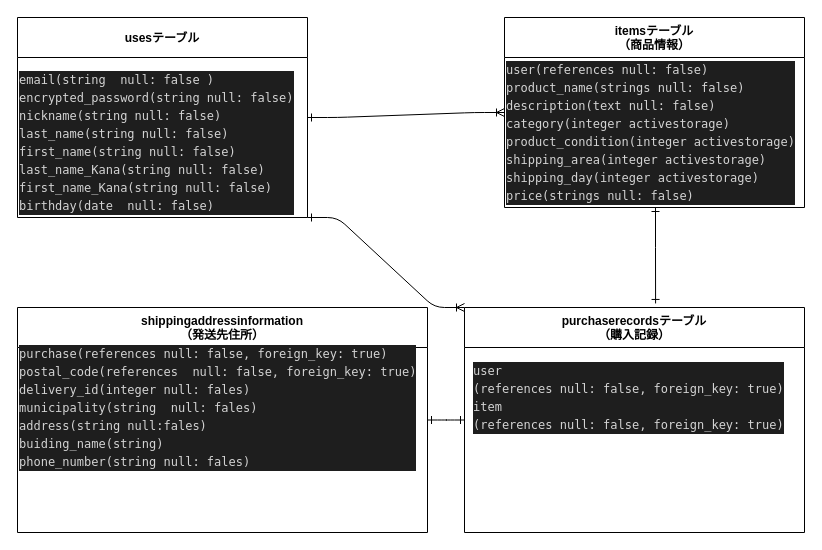
kasatoshi/furima-36066 keeps this draw.io diagram as furima.dio. Above is the earlier version. Source tidied: cells renumbered, new cells numbered last; positions are measured from the earlier drawing's top-left corner, leaving out a move shared by most shapes. Both pictures are drawn from the tidied source at 100%, with x=0, y=0 at pixel (17, 17).
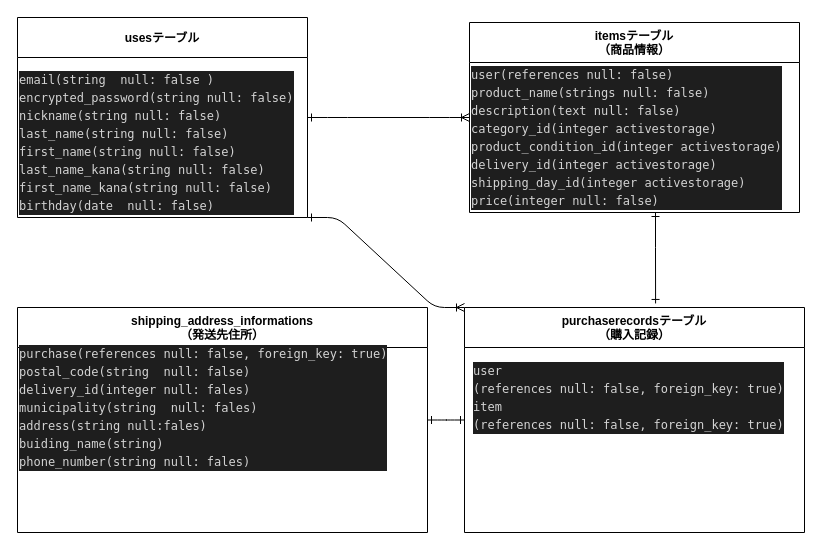
Above is the later version.

Commit message (it also covers changes not shown here):
データベース修正3

Diff of the diagram source:
```diff
@@
 <mxGraphModel>
   <root>
     <mxCell id="0" />
     <mxCell id="1" parent="0" />
     <mxCell id="2" value="usesテーブル" style="swimlane;rounded=0;sketch=0;startSize=40;" parent="1" vertex="1">
       <mxGeometry width="290" height="200" as="geometry" />
     </mxCell>
-    <mxCell id="3" value="&lt;div style=&quot;color: rgb(212 , 212 , 212) ; background-color: rgb(30 , 30 , 30) ; font-family: &amp;#34;menlo&amp;#34; , &amp;#34;monaco&amp;#34; , &amp;#34;courier new&amp;#34; , monospace ; line-height: 18px&quot;&gt;&lt;div&gt;email(string&amp;nbsp; null: false )&lt;/div&gt;&lt;div&gt;encrypted_password(string null: false)&lt;/div&gt;&lt;div&gt;nickname(string null: false)&lt;/div&gt;&lt;div&gt;last_name(string null: false)&lt;/div&gt;&lt;div&gt;first_name(string null: false)&lt;/div&gt;&lt;div&gt;last_name_Kana(string null: false)&lt;/div&gt;&lt;div&gt;first_name_Kana(string null: false)&lt;/div&gt;&lt;div&gt;birthday(date&amp;nbsp; null: false)&lt;/div&gt;&lt;/div&gt;" style="text;html=1;align=left;verticalAlign=middle;strokeColor=none;" parent="2" vertex="1">
+    <mxCell id="3" value="&lt;div style=&quot;color: rgb(212 , 212 , 212) ; background-color: rgb(30 , 30 , 30) ; font-family: &amp;#34;menlo&amp;#34; , &amp;#34;monaco&amp;#34; , &amp;#34;courier new&amp;#34; , monospace ; line-height: 18px&quot;&gt;&lt;div&gt;email(string&amp;nbsp; null: false )&lt;/div&gt;&lt;div&gt;encrypted_password(string null: false)&lt;/div&gt;&lt;div&gt;nickname(string null: false)&lt;/div&gt;&lt;div&gt;last_name(string null: false)&lt;/div&gt;&lt;div&gt;first_name(string null: false)&lt;/div&gt;&lt;div&gt;last_name_kana(string null: false)&lt;/div&gt;&lt;div&gt;first_name_kana(string null: false)&lt;/div&gt;&lt;div&gt;birthday(date&amp;nbsp; null: false)&lt;/div&gt;&lt;/div&gt;" style="text;html=1;align=left;verticalAlign=middle;strokeColor=none;" parent="2" vertex="1">
       <mxGeometry y="50" width="290" height="150" as="geometry" />
     </mxCell>
     <mxCell id="4" style="edgeStyle=orthogonalEdgeStyle;rounded=0;sketch=0;jettySize=auto;html=1;startArrow=ERone;startFill=0;endArrow=ERone;endFill=0;entryX=0.562;entryY=-0.018;entryDx=0;entryDy=0;entryPerimeter=0;" parent="1" edge="1" source="5" target="8">
       <mxGeometry relative="1" as="geometry">
         <Array as="points">
           <mxPoint x="638" y="230" />
           <mxPoint x="638" y="230" />
         </Array>
       </mxGeometry>
     </mxCell>
     <mxCell id="5" value="itemsテーブル&#10;（商品情報）" style="swimlane;rounded=0;sketch=0;startSize=40;" parent="1" vertex="1">
-      <mxGeometry x="487" width="300" height="190" as="geometry" />
+      <mxGeometry x="452" y="5" width="330" height="190" as="geometry" />
     </mxCell>
-    <mxCell id="6" value="&lt;div style=&quot;color: rgb(212 , 212 , 212) ; background-color: rgb(30 , 30 , 30) ; font-family: &amp;#34;menlo&amp;#34; , &amp;#34;monaco&amp;#34; , &amp;#34;courier new&amp;#34; , monospace ; line-height: 18px&quot;&gt;&lt;div&gt;user(references null: false)&lt;/div&gt;&lt;div&gt;product_name(strings null: false)&lt;/div&gt;&lt;div&gt;description(text null: false)&lt;/div&gt;&lt;div&gt;category(integer activestorage)&lt;/div&gt;&lt;div&gt;product_condition(integer activestorage)&lt;/div&gt;&lt;div&gt;shipping_area(integer activestorage)&lt;/div&gt;&lt;div&gt;shipping_day(integer activestorage)&lt;/div&gt;&lt;div&gt;price(strings null: false)&lt;/div&gt;&lt;/div&gt;" style="text;html=1;align=left;verticalAlign=middle;strokeColor=none;" parent="5" vertex="1">
-      <mxGeometry y="40" width="300" height="150" as="geometry" />
+    <mxCell id="6" value="&lt;div style=&quot;color: rgb(212 , 212 , 212) ; background-color: rgb(30 , 30 , 30) ; font-family: &amp;#34;menlo&amp;#34; , &amp;#34;monaco&amp;#34; , &amp;#34;courier new&amp;#34; , monospace ; line-height: 18px&quot;&gt;&lt;div&gt;user(references null: false)&lt;/div&gt;&lt;div&gt;product_name(strings null: false)&lt;/div&gt;&lt;div&gt;description(text null: false)&lt;/div&gt;&lt;div&gt;category_id(integer activestorage)&lt;/div&gt;&lt;div&gt;product_condition_id(integer activestorage)&lt;/div&gt;&lt;div&gt;delivery_id(integer activestorage)&lt;/div&gt;&lt;div&gt;shipping_day_id(integer activestorage)&lt;/div&gt;&lt;div&gt;price(integer null: false)&lt;/div&gt;&lt;/div&gt;" style="text;html=1;align=left;verticalAlign=middle;strokeColor=none;" parent="5" vertex="1">
+      <mxGeometry y="40" width="330" height="150" as="geometry" />
     </mxCell>
     <mxCell id="7" style="edgeStyle=orthogonalEdgeStyle;curved=0;rounded=1;sketch=0;jettySize=auto;html=1;entryX=1;entryY=0.5;entryDx=0;entryDy=0;startArrow=ERone;startFill=0;endArrow=ERone;endFill=0;" parent="1" edge="1" source="8" target="10">
       <mxGeometry relative="1" as="geometry" />
     </mxCell>
     <mxCell id="8" value="purchaserecordsテーブル&#10;（購入記録）" style="swimlane;rounded=0;sketch=0;startSize=40;" parent="1" vertex="1">
       <mxGeometry x="447" y="290" width="340" height="225" as="geometry" />
     </mxCell>
     <mxCell id="9" value="&lt;div style=&quot;color: rgb(212 , 212 , 212) ; background-color: rgb(30 , 30 , 30) ; font-family: &amp;#34;menlo&amp;#34; , &amp;#34;monaco&amp;#34; , &amp;#34;courier new&amp;#34; , monospace ; line-height: 18px&quot;&gt;&lt;div&gt;user&lt;/div&gt;&lt;div&gt;(references null: false, foreign_key: true)&lt;/div&gt;&lt;div&gt;item&lt;/div&gt;&lt;div&gt;(references null: false, foreign_key: true)&lt;/div&gt;&lt;/div&gt;" style="text;html=1;align=left;verticalAlign=middle;strokeColor=none;" parent="8" vertex="1">
       <mxGeometry x="7" y="50" width="330" height="80" as="geometry" />
     </mxCell>
-    <mxCell id="10" value="shippingaddressinformation&#10;（発送先住所）" style="swimlane;rounded=0;sketch=0;startSize=40;" parent="1" vertex="1">
+    <mxCell id="10" value="shipping_address_informations&#10;（発送先住所）" style="swimlane;rounded=0;sketch=0;startSize=40;" parent="1" vertex="1">
       <mxGeometry y="290" width="410" height="225" as="geometry" />
     </mxCell>
-    <mxCell id="11" value="&lt;div style=&quot;background-color: rgb(30 , 30 , 30) ; line-height: 18px&quot;&gt;&lt;div style=&quot;color: rgb(212 , 212 , 212) ; font-family: &amp;#34;menlo&amp;#34; , &amp;#34;monaco&amp;#34; , &amp;#34;courier new&amp;#34; , monospace&quot;&gt;purchase(references null: false, foreign_key: true)&lt;/div&gt;&lt;div style=&quot;color: rgb(212 , 212 , 212) ; font-family: &amp;#34;menlo&amp;#34; , &amp;#34;monaco&amp;#34; , &amp;#34;courier new&amp;#34; , monospace&quot;&gt;postal_code(references&amp;nbsp; null: false, foreign_key: true)&lt;/div&gt;&lt;div style=&quot;color: rgb(212 , 212 , 212) ; font-family: &amp;#34;menlo&amp;#34; , &amp;#34;monaco&amp;#34; , &amp;#34;courier new&amp;#34; , monospace&quot;&gt;delivery_id(integer null: fales)&lt;/div&gt;&lt;div style=&quot;color: rgb(212 , 212 , 212) ; font-family: &amp;#34;menlo&amp;#34; , &amp;#34;monaco&amp;#34; , &amp;#34;courier new&amp;#34; , monospace&quot;&gt;municipality(string&amp;nbsp; null: fales)&lt;/div&gt;&lt;div style=&quot;color: rgb(212 , 212 , 212) ; font-family: &amp;#34;menlo&amp;#34; , &amp;#34;monaco&amp;#34; , &amp;#34;courier new&amp;#34; , monospace&quot;&gt;address(string null:fales)&lt;/div&gt;&lt;div style=&quot;color: rgb(212 , 212 , 212) ; font-family: &amp;#34;menlo&amp;#34; , &amp;#34;monaco&amp;#34; , &amp;#34;courier new&amp;#34; , monospace&quot;&gt;buiding_name(string)&lt;/div&gt;&lt;div style=&quot;color: rgb(212 , 212 , 212) ; font-family: &amp;#34;menlo&amp;#34; , &amp;#34;monaco&amp;#34; , &amp;#34;courier new&amp;#34; , monospace&quot;&gt;phone_number(string null: fales)&lt;/div&gt;&lt;/div&gt;" style="text;html=1;align=left;verticalAlign=middle;strokeColor=none;" parent="10" vertex="1">
-      <mxGeometry y="35" width="410" height="130" as="geometry" />
+    <mxCell id="11" value="&lt;div style=&quot;background-color: rgb(30 , 30 , 30) ; line-height: 18px&quot;&gt;&lt;div style=&quot;color: rgb(212 , 212 , 212) ; font-family: &amp;#34;menlo&amp;#34; , &amp;#34;monaco&amp;#34; , &amp;#34;courier new&amp;#34; , monospace&quot;&gt;purchase(references null: false, foreign_key: true)&lt;/div&gt;&lt;div style=&quot;color: rgb(212 , 212 , 212) ; font-family: &amp;#34;menlo&amp;#34; , &amp;#34;monaco&amp;#34; , &amp;#34;courier new&amp;#34; , monospace&quot;&gt;postal_code(string&amp;nbsp; null: false)&lt;/div&gt;&lt;div style=&quot;color: rgb(212 , 212 , 212) ; font-family: &amp;#34;menlo&amp;#34; , &amp;#34;monaco&amp;#34; , &amp;#34;courier new&amp;#34; , monospace&quot;&gt;delivery_id(integer null: fales)&lt;/div&gt;&lt;div style=&quot;color: rgb(212 , 212 , 212) ; font-family: &amp;#34;menlo&amp;#34; , &amp;#34;monaco&amp;#34; , &amp;#34;courier new&amp;#34; , monospace&quot;&gt;municipality(string&amp;nbsp; null: fales)&lt;/div&gt;&lt;div style=&quot;color: rgb(212 , 212 , 212) ; font-family: &amp;#34;menlo&amp;#34; , &amp;#34;monaco&amp;#34; , &amp;#34;courier new&amp;#34; , monospace&quot;&gt;address(string null:fales)&lt;/div&gt;&lt;div style=&quot;color: rgb(212 , 212 , 212) ; font-family: &amp;#34;menlo&amp;#34; , &amp;#34;monaco&amp;#34; , &amp;#34;courier new&amp;#34; , monospace&quot;&gt;buiding_name(string)&lt;/div&gt;&lt;div style=&quot;color: rgb(212 , 212 , 212) ; font-family: &amp;#34;menlo&amp;#34; , &amp;#34;monaco&amp;#34; , &amp;#34;courier new&amp;#34; , monospace&quot;&gt;phone_number(string null: fales)&lt;/div&gt;&lt;/div&gt;" style="text;html=1;align=left;verticalAlign=middle;strokeColor=none;" parent="10" vertex="1">
+      <mxGeometry y="35" width="380" height="130" as="geometry" />
     </mxCell>
     <mxCell id="12" style="edgeStyle=entityRelationEdgeStyle;fontSize=12;html=1;endArrow=ERoneToMany;exitX=1;exitY=0.5;exitDx=0;exitDy=0;startArrow=ERone;startFill=0;entryX=0;entryY=0.5;entryDx=0;entryDy=0;" parent="1" edge="1" source="2" target="5">
       <mxGeometry relative="1" as="geometry" />
     </mxCell>
     <mxCell id="13" style="edgeStyle=entityRelationEdgeStyle;fontSize=12;html=1;endArrow=ERoneToMany;startArrow=ERone;exitX=1;exitY=1;exitDx=0;exitDy=0;entryX=0;entryY=0;entryDx=0;entryDy=0;startFill=0;" parent="1" edge="1" source="2" target="8">
       <mxGeometry relative="1" as="geometry" />
     </mxCell>
   </root>
 </mxGraphModel>
```
